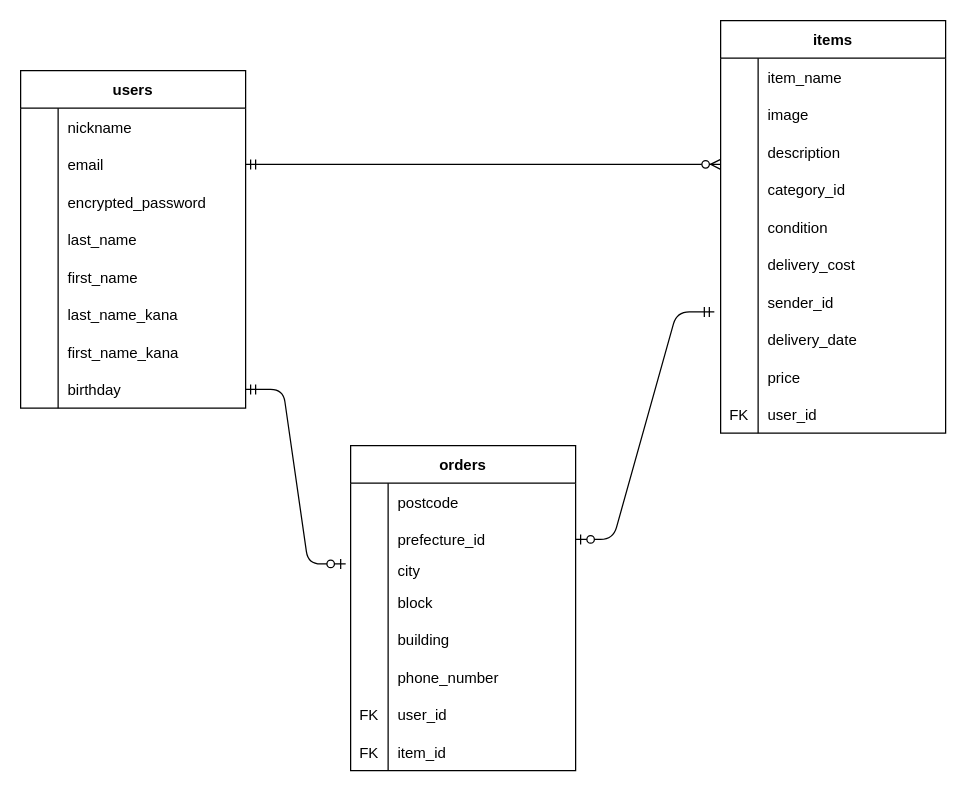
Above: furimaER.dio in aoilo654/furima-39641 (draw.io), before the change. Source tidied: cells renumbered, new cells numbered last; positions are measured from the earlier drawing's top-left corner, leaving out a move shared by most shapes. Both pictures are drawn from the tidied source at 125%, with x=0, y=0 at pixel (20, 20).
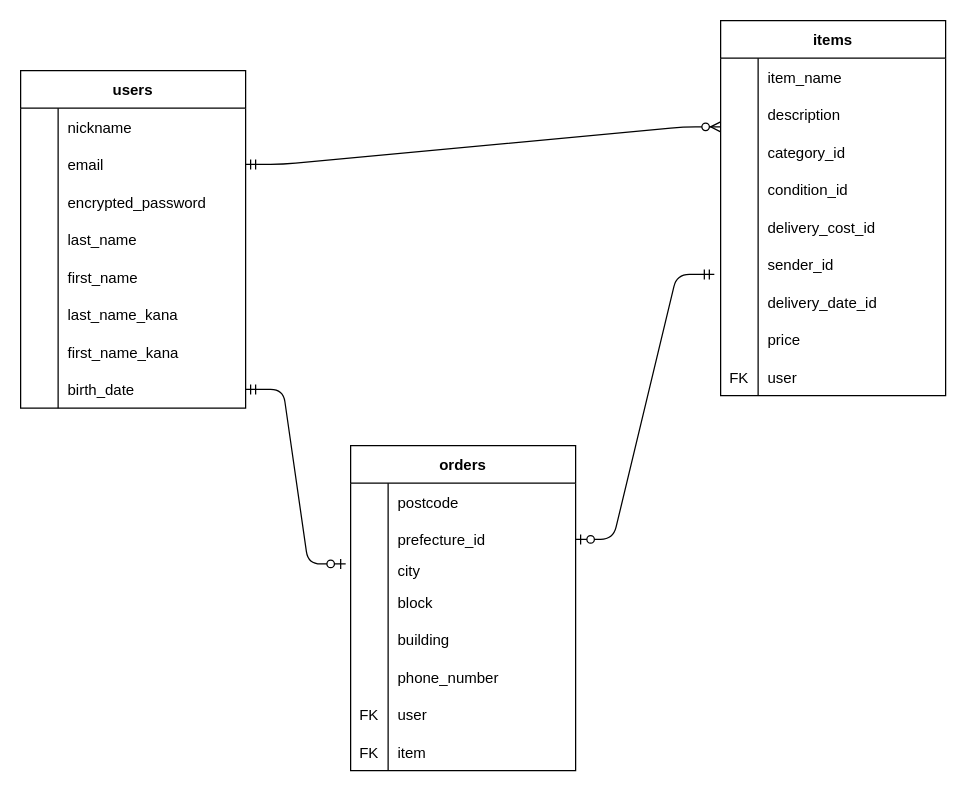
Above is the later version.

The change refers to these unchanged cells:
```xml
<mxCell id="24" style="shape=tableRow;horizontal=0;startSize=0;swimlaneHead=0;swimlaneBody=0;fillColor=none;points=[[0,0.5],[1,0.5]];portConstraint=eastwest;top=0;left=0;right=0;bottom=0;" parent="2" vertex="1">
  <mxGeometry y="240" width="180" height="30" as="geometry" />
</mxCell>
<mxCell id="77" style="shape=tableRow;horizontal=0;startSize=0;swimlaneHead=0;swimlaneBody=0;fillColor=none;top=0;left=0;right=0;bottom=0;" parent="58" vertex="1">
  <mxGeometry y="200" width="180" height="30" as="geometry" />
</mxCell>
<mxCell id="80" style="shape=tableRow;horizontal=0;startSize=0;swimlaneHead=0;swimlaneBody=0;fillColor=none;top=0;left=0;right=0;bottom=0;" parent="58" vertex="1">
  <mxGeometry y="230" width="180" height="30" as="geometry" />
</mxCell>
```

Change to the diagram source:
```diff
@@
-    <mxCell id="26" value="birthday" style="shape=partialRectangle;fillColor=none;top=0;left=0;bottom=0;right=0;align=left;spacingLeft=6;overflow=hidden;" parent="24" vertex="1">
+    <mxCell id="26" value="birth_date" style="shape=partialRectangle;fillColor=none;top=0;left=0;bottom=0;right=0;align=left;spacingLeft=6;overflow=hidden;" parent="24" vertex="1">
       <mxGeometry x="30" width="150" height="30" as="geometry" />
     </mxCell>
     <mxCell id="27" value="items" style="shape=table;startSize=30;childLayout=tableLayout;rowLines=0;fontStyle=1;align=center;" parent="1" vertex="1">
-      <mxGeometry x="560" width="180" height="330" as="geometry" />
+      <mxGeometry x="560" width="180" height="300" as="geometry" />
     </mxCell>
@@
-    <mxCell id="31" style="shape=tableRow;horizontal=0;startSize=0;swimlaneHead=0;swimlaneBody=0;fillColor=none;top=0;left=0;right=0;bottom=0;" parent="27" vertex="1">
-      <mxGeometry y="60" width="180" height="30" as="geometry" />
-    </mxCell>
-    <mxCell id="32" style="shape=partialRectangle;fillColor=none;top=0;left=0;bottom=0;right=0;overflow=hidden;" parent="31" vertex="1">
-      <mxGeometry width="30" height="30" as="geometry" />
-    </mxCell>
-    <mxCell id="33" value="image" style="shape=partialRectangle;fillColor=none;top=0;left=0;bottom=0;right=0;align=left;spacingLeft=6;overflow=hidden;" parent="31" vertex="1">
-      <mxGeometry x="30" width="150" height="30" as="geometry" />
-    </mxCell>
     <mxCell id="34" style="shape=tableRow;horizontal=0;startSize=0;swimlaneHead=0;swimlaneBody=0;fillColor=none;points=[[0,0.5],[1,0.5]];portConstraint=eastwest;top=0;left=0;right=0;bottom=0;" parent="27" vertex="1">
-      <mxGeometry y="90" width="180" height="30" as="geometry" />
+      <mxGeometry y="60" width="180" height="30" as="geometry" />
     </mxCell>
@@
     <mxCell id="37" style="shape=tableRow;horizontal=0;startSize=0;swimlaneHead=0;swimlaneBody=0;fillColor=none;top=0;left=0;right=0;bottom=0;" parent="27" vertex="1">
-      <mxGeometry y="120" width="180" height="30" as="geometry" />
+      <mxGeometry y="90" width="180" height="30" as="geometry" />
     </mxCell>
@@
     <mxCell id="40" style="shape=tableRow;horizontal=0;startSize=0;swimlaneHead=0;swimlaneBody=0;fillColor=none;top=0;left=0;right=0;bottom=0;" parent="27" vertex="1">
-      <mxGeometry y="150" width="180" height="30" as="geometry" />
+      <mxGeometry y="120" width="180" height="30" as="geometry" />
     </mxCell>
@@
-    <mxCell id="42" value="condition" style="shape=partialRectangle;fillColor=none;top=0;left=0;bottom=0;right=0;align=left;spacingLeft=6;overflow=hidden;" parent="40" vertex="1">
+    <mxCell id="42" value="condition_id" style="shape=partialRectangle;fillColor=none;top=0;left=0;bottom=0;right=0;align=left;spacingLeft=6;overflow=hidden;" parent="40" vertex="1">
       <mxGeometry x="30" width="150" height="30" as="geometry" />
     </mxCell>
     <mxCell id="43" style="shape=tableRow;horizontal=0;startSize=0;swimlaneHead=0;swimlaneBody=0;fillColor=none;top=0;left=0;right=0;bottom=0;" parent="27" vertex="1">
-      <mxGeometry y="180" width="180" height="30" as="geometry" />
+      <mxGeometry y="150" width="180" height="30" as="geometry" />
     </mxCell>
@@
-    <mxCell id="45" value="delivery_cost" style="shape=partialRectangle;fillColor=none;top=0;left=0;bottom=0;right=0;align=left;spacingLeft=6;overflow=hidden;" parent="43" vertex="1">
+    <mxCell id="45" value="delivery_cost_id" style="shape=partialRectangle;fillColor=none;top=0;left=0;bottom=0;right=0;align=left;spacingLeft=6;overflow=hidden;" parent="43" vertex="1">
       <mxGeometry x="30" width="150" height="30" as="geometry" />
     </mxCell>
     <mxCell id="46" style="shape=tableRow;horizontal=0;startSize=0;swimlaneHead=0;swimlaneBody=0;fillColor=none;points=[[0,0.5],[1,0.5]];portConstraint=eastwest;top=0;left=0;right=0;bottom=0;" parent="27" vertex="1">
-      <mxGeometry y="210" width="180" height="30" as="geometry" />
+      <mxGeometry y="180" width="180" height="30" as="geometry" />
     </mxCell>
@@
     <mxCell id="49" style="shape=tableRow;horizontal=0;startSize=0;swimlaneHead=0;swimlaneBody=0;fillColor=none;top=0;left=0;right=0;bottom=0;" parent="27" vertex="1">
-      <mxGeometry y="240" width="180" height="30" as="geometry" />
+      <mxGeometry y="210" width="180" height="30" as="geometry" />
     </mxCell>
@@
-    <mxCell id="51" value="delivery_date" style="shape=partialRectangle;fillColor=none;top=0;left=0;bottom=0;right=0;align=left;spacingLeft=6;overflow=hidden;" parent="49" vertex="1">
+    <mxCell id="51" value="delivery_date_id" style="shape=partialRectangle;fillColor=none;top=0;left=0;bottom=0;right=0;align=left;spacingLeft=6;overflow=hidden;" parent="49" vertex="1">
       <mxGeometry x="30" width="150" height="30" as="geometry" />
     </mxCell>
     <mxCell id="52" style="shape=tableRow;horizontal=0;startSize=0;swimlaneHead=0;swimlaneBody=0;fillColor=none;top=0;left=0;right=0;bottom=0;" parent="27" vertex="1">
-      <mxGeometry y="270" width="180" height="30" as="geometry" />
+      <mxGeometry y="240" width="180" height="30" as="geometry" />
     </mxCell>
@@
     <mxCell id="55" style="shape=tableRow;horizontal=0;startSize=0;swimlaneHead=0;swimlaneBody=0;fillColor=none;top=0;left=0;right=0;bottom=0;" parent="27" vertex="1">
-      <mxGeometry y="300" width="180" height="30" as="geometry" />
+      <mxGeometry y="270" width="180" height="30" as="geometry" />
     </mxCell>
@@
-    <mxCell id="57" value="user_id" style="shape=partialRectangle;fillColor=none;top=0;left=0;bottom=0;right=0;align=left;spacingLeft=6;fontStyle=0;overflow=hidden;" parent="55" vertex="1">
+    <mxCell id="57" value="user" style="shape=partialRectangle;fillColor=none;top=0;left=0;bottom=0;right=0;align=left;spacingLeft=6;fontStyle=0;overflow=hidden;" parent="55" vertex="1">
       <mxGeometry x="30" width="150" height="30" as="geometry" />
     </mxCell>
@@
-    <mxCell id="79" value="user_id" style="shape=partialRectangle;fillColor=none;top=0;left=0;bottom=0;right=0;align=left;spacingLeft=6;fontStyle=0;overflow=hidden;" parent="77" vertex="1">
+    <mxCell id="79" value="user" style="shape=partialRectangle;fillColor=none;top=0;left=0;bottom=0;right=0;align=left;spacingLeft=6;fontStyle=0;overflow=hidden;" parent="77" vertex="1">
       <mxGeometry x="30" width="150" height="30" as="geometry" />
     </mxCell>
@@
-    <mxCell id="82" value="item_id" style="shape=partialRectangle;fillColor=none;top=0;left=0;bottom=0;right=0;align=left;spacingLeft=6;fontStyle=0;overflow=hidden;" parent="80" vertex="1">
+    <mxCell id="82" value="item" style="shape=partialRectangle;fillColor=none;top=0;left=0;bottom=0;right=0;align=left;spacingLeft=6;fontStyle=0;overflow=hidden;" parent="80" vertex="1">
       <mxGeometry x="30" width="150" height="30" as="geometry" />
     </mxCell>
```
